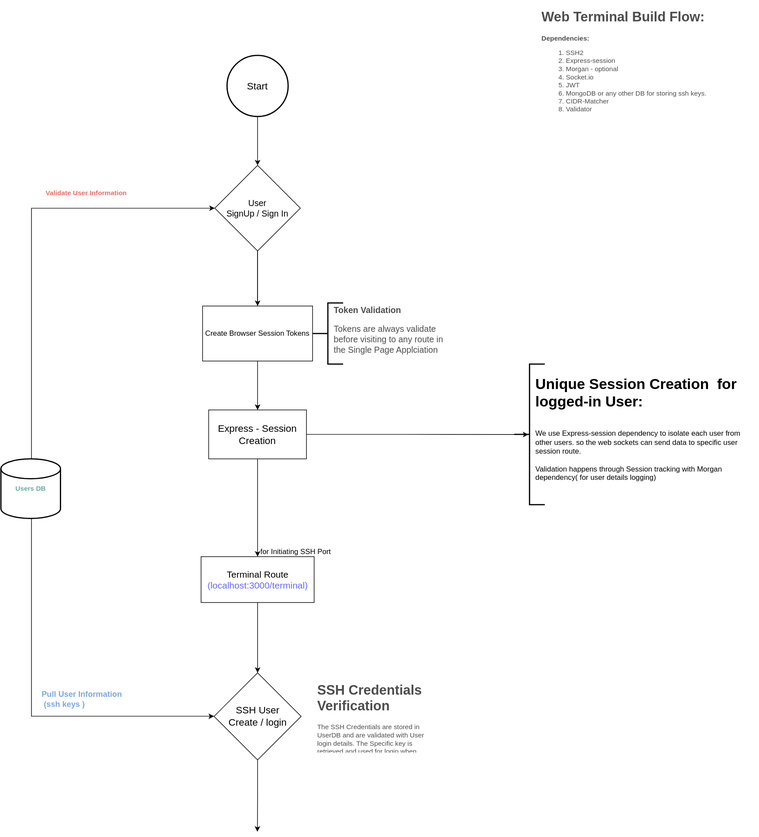
belanasaikiran/FlowCharts keeps this draw.io diagram as web_Terminal_Integration.drawio.svg. Above is the earlier version. Source tidied: cells renumbered, new cells last; positions are measured from the earlier drawing's top-left corner, leaving out a move shared by most shapes.
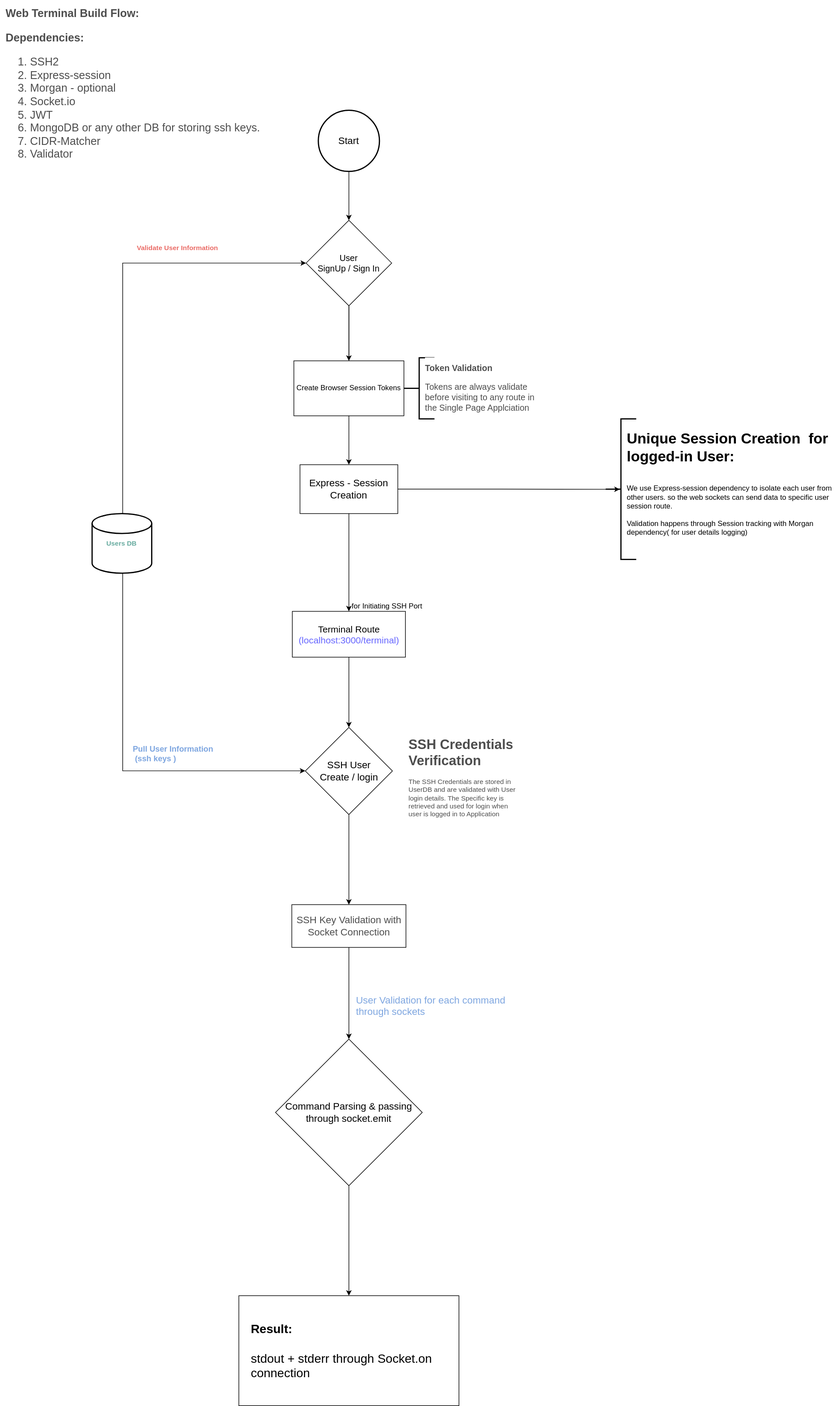
The same file after the commit.

The edit, as a diff of the source:
```diff
@@ -23,7 +23,7 @@
     <mxCell id="8" value="for Initiating&amp;nbsp;SSH Port&amp;nbsp;" style="text;strokeColor=none;fillColor=none;spacing=5;spacingTop=-5;overflow=hidden;rounded=0;rotation=0;whiteSpace=wrap;html=1;" parent="1" vertex="1">
       <mxGeometry x="420" y="880" width="140" height="20" as="geometry" />
     </mxCell>
-    <mxCell id="9" value="&lt;h1&gt;Unique Session Creation&amp;nbsp; for logged-in User:&lt;/h1&gt;&lt;div&gt;&lt;br&gt;&lt;/div&gt;&lt;div&gt;We use Express-session dependency to isolate each user from other users. so the web sockets can send data to specific user session route.&lt;/div&gt;&lt;div&gt;&lt;br&gt;&lt;/div&gt;&lt;div&gt;Validation happens through Session tracking with Morgan dependency( for user details logging)&lt;/div&gt;&lt;div&gt;&lt;br&gt;&lt;/div&gt;&lt;p&gt;&lt;br&gt;&lt;/p&gt;" style="text;html=1;strokeColor=none;fillColor=none;spacing=5;spacingTop=-20;whiteSpace=wrap;overflow=hidden;rounded=0;" parent="1" vertex="1">
+    <mxCell id="9" value="&lt;h1&gt;Unique Session Creation&amp;nbsp; for logged-in User:&lt;/h1&gt;&lt;div&gt;&lt;br&gt;&lt;/div&gt;&lt;div&gt;We use Express-session dependency to isolate each user from other users. so the web sockets can send data to specific user session route.&lt;/div&gt;&lt;div&gt;&lt;br&gt;&lt;/div&gt;&lt;div&gt;Validation happens through Session tracking with Morgan dependency( for user details logging)&lt;/div&gt;&lt;div&gt;&lt;br&gt;&lt;/div&gt;&lt;p&gt;&lt;br&gt;&lt;/p&gt;" style="text;html=1;strokeColor=none;fillColor=none;spacing=5;spacingTop=-20;whiteSpace=wrap;overflow=hidden;rounded=0;labelBackgroundColor=default;" parent="1" vertex="1">
       <mxGeometry x="870" y="597.5" width="350" height="225" as="geometry" />
     </mxCell>
     <mxCell id="10" style="edgeStyle=orthogonalEdgeStyle;rounded=0;jettySize=auto;html=1;entryX=0.5;entryY=0;entryDx=0;entryDy=0;" parent="1" edge="1" source="11" target="7">
@@ -38,11 +38,9 @@
     <mxCell id="13" value="Terminal Route&lt;br style=&quot;font-size: 15px;&quot;&gt;&lt;font color=&quot;#6666ff&quot; style=&quot;font-size: 15px;&quot;&gt;(localhost:3000/terminal)&lt;/font&gt;" style="rounded=0;whiteSpace=wrap;html=1;fontSize=15;" parent="1" vertex="1">
       <mxGeometry x="327.5" y="900" width="185" height="75" as="geometry" />
     </mxCell>
-    <mxCell id="14" style="edgeStyle=orthogonalEdgeStyle;rounded=0;jettySize=auto;html=1;exitX=0.5;exitY=1;exitDx=0;exitDy=0;fontSize=11;fontColor=#4D4D4D;" parent="1" edge="1" source="15">
-      <mxGeometry relative="1" as="geometry">
-        <mxPoint x="419.7" y="1350" as="targetPoint" />
-      </mxGeometry>
-    </mxCell>
+    <mxCell id="28" style="edgeStyle=orthogonalEdgeStyle;rounded=0;jettySize=auto;html=1;fontSize=16;fontColor=#4D4D4D;" parent="1" edge="1" source="15" target="30">
+      <mxGeometry relative="1" as="geometry" />
+    </mxCell>
     <mxCell id="15" value="&lt;font style=&quot;font-size: 16px;&quot;&gt;SSH User &lt;br style=&quot;font-size: 16px;&quot;&gt;Create / login&lt;/font&gt;" style="rhombus;whiteSpace=wrap;html=1;fontSize=16;rounded=0;" parent="1" vertex="1">
       <mxGeometry x="348.8" y="1090" width="142.5" height="142.5" as="geometry" />
     </mxCell>
@@ -82,14 +80,32 @@
     <mxCell id="24" style="strokeWidth=2;html=1;shape=mxgraph.flowchart.annotation_2;align=left;labelPosition=right;labelBackgroundColor=none;labelBorderColor=none;fontSize=9;fontColor=#7EA6E0;fillColor=default;" parent="1" vertex="1">
       <mxGeometry x="510" y="485" width="50" height="100" as="geometry" />
     </mxCell>
-    <mxCell id="25" value="&lt;h1 style=&quot;font-size: 14px;&quot;&gt;&lt;font style=&quot;font-size: 14px;&quot; color=&quot;#4d4d4d&quot;&gt;Token Validation&lt;/font&gt;&lt;/h1&gt;&lt;p style=&quot;font-size: 14px;&quot;&gt;&lt;font style=&quot;font-size: 14px;&quot; color=&quot;#4d4d4d&quot;&gt;Tokens are always validate before visiting to any route in the Single Page Applciation&lt;/font&gt;&lt;/p&gt;" style="text;html=1;strokeColor=none;fillColor=none;spacing=5;spacingTop=-20;whiteSpace=wrap;overflow=hidden;rounded=0;labelBackgroundColor=none;labelBorderColor=none;fontSize=9;fontColor=#7EA6E0;" parent="1" vertex="1">
-      <mxGeometry x="540" y="490" width="190" height="80" as="geometry" />
+    <mxCell id="25" value="&lt;h1 style=&quot;font-size: 14px;&quot;&gt;&lt;font style=&quot;font-size: 14px;&quot; color=&quot;#4d4d4d&quot;&gt;Token Validation&lt;/font&gt;&lt;/h1&gt;&lt;p style=&quot;font-size: 14px;&quot;&gt;&lt;font style=&quot;font-size: 14px;&quot; color=&quot;#4d4d4d&quot;&gt;Tokens are always validate before visiting to any route in the Single Page Applciation&lt;/font&gt;&lt;/p&gt;" style="text;html=1;strokeColor=none;fillColor=none;spacing=5;spacingTop=-20;whiteSpace=wrap;overflow=hidden;rounded=0;labelBackgroundColor=default;labelBorderColor=none;fontSize=9;fontColor=#7EA6E0;" parent="1" vertex="1">
+      <mxGeometry x="540" y="495" width="190" height="80" as="geometry" />
     </mxCell>
-    <mxCell id="26" value="&lt;h1&gt;SSH Credentials Verification&lt;/h1&gt;&lt;p&gt;The SSH Credentials are stored in UserDB and are validated with User login details. The Specific key is retrieved and used for login when user is logged in to Application&lt;/p&gt;" style="text;html=1;strokeColor=none;fillColor=none;spacing=5;spacingTop=-20;whiteSpace=wrap;overflow=hidden;rounded=0;labelBackgroundColor=none;labelBorderColor=none;fontSize=11;fontColor=#4D4D4D;" parent="1" vertex="1">
-      <mxGeometry x="512.5" y="1101.2" width="190" height="120" as="geometry" />
+    <mxCell id="26" value="&lt;h1&gt;SSH Credentials Verification&lt;/h1&gt;&lt;p&gt;The SSH Credentials are stored in UserDB and are validated with User login details. The Specific key is retrieved and used for login when user is logged in to Application&lt;/p&gt;" style="text;html=1;strokeColor=none;fillColor=none;spacing=5;spacingTop=-20;whiteSpace=wrap;overflow=hidden;rounded=0;labelBackgroundColor=default;labelBorderColor=none;fontSize=11;fontColor=#4D4D4D;" parent="1" vertex="1">
+      <mxGeometry x="512.5" y="1101.2" width="190" height="158.8" as="geometry" />
     </mxCell>
-    <mxCell id="27" value="&lt;h1&gt;Web Terminal Build Flow:&amp;nbsp; &amp;nbsp; &amp;nbsp; &amp;nbsp; &amp;nbsp; &amp;nbsp; &amp;nbsp;&lt;/h1&gt;&lt;p&gt;&lt;b&gt;Dependencies:&lt;/b&gt;&lt;/p&gt;&lt;p&gt;&lt;/p&gt;&lt;ol&gt;&lt;li&gt;SSH2&lt;/li&gt;&lt;li&gt;Express-session&lt;/li&gt;&lt;li&gt;Morgan - optional&lt;/li&gt;&lt;li&gt;Socket.io&lt;/li&gt;&lt;li&gt;JWT&lt;/li&gt;&lt;li&gt;MongoDB or any other DB for storing ssh keys.&lt;/li&gt;&lt;li&gt;CIDR-Matcher&lt;/li&gt;&lt;li&gt;Validator&lt;/li&gt;&lt;/ol&gt;&lt;p&gt;&lt;/p&gt;" style="text;html=1;strokeColor=none;fillColor=none;spacing=5;spacingTop=-20;whiteSpace=wrap;overflow=hidden;rounded=0;labelBackgroundColor=default;labelBorderColor=none;fontSize=11;fontColor=#4D4D4D;" parent="1" vertex="1">
-      <mxGeometry x="880" width="360" height="200" as="geometry" />
+    <mxCell id="27" value="&lt;h1 style=&quot;font-size: 18px;&quot;&gt;Web Terminal Build Flow:&amp;nbsp; &amp;nbsp; &amp;nbsp; &amp;nbsp; &amp;nbsp; &amp;nbsp; &amp;nbsp;&lt;/h1&gt;&lt;p style=&quot;font-size: 18px;&quot;&gt;&lt;b style=&quot;font-size: 18px;&quot;&gt;Dependencies:&lt;/b&gt;&lt;/p&gt;&lt;p style=&quot;font-size: 18px;&quot;&gt;&lt;/p&gt;&lt;ol style=&quot;font-size: 18px;&quot;&gt;&lt;li style=&quot;font-size: 18px;&quot;&gt;SSH2&lt;/li&gt;&lt;li style=&quot;font-size: 18px;&quot;&gt;Express-session&lt;/li&gt;&lt;li style=&quot;font-size: 18px;&quot;&gt;Morgan - optional&lt;/li&gt;&lt;li style=&quot;font-size: 18px;&quot;&gt;Socket.io&lt;/li&gt;&lt;li style=&quot;font-size: 18px;&quot;&gt;JWT&lt;/li&gt;&lt;li style=&quot;font-size: 18px;&quot;&gt;MongoDB or any other DB for storing ssh keys.&lt;/li&gt;&lt;li style=&quot;font-size: 18px;&quot;&gt;CIDR-Matcher&lt;/li&gt;&lt;li style=&quot;font-size: 18px;&quot;&gt;Validator&lt;/li&gt;&lt;/ol&gt;&lt;p style=&quot;font-size: 18px;&quot;&gt;&lt;/p&gt;" style="text;html=1;strokeColor=none;fillColor=none;spacing=5;spacingTop=-20;whiteSpace=wrap;overflow=hidden;rounded=0;labelBackgroundColor=default;labelBorderColor=none;fontSize=18;fontColor=#4D4D4D;spacingLeft=4;" parent="1" vertex="1">
+      <mxGeometry x="-150" y="-90" width="486" height="270" as="geometry" />
     </mxCell>
+    <mxCell id="29" style="edgeStyle=orthogonalEdgeStyle;rounded=0;jettySize=auto;html=1;fontSize=16;fontColor=#4D4D4D;" parent="1" edge="1" source="30" target="32">
+      <mxGeometry relative="1" as="geometry" />
+    </mxCell>
+    <mxCell id="30" value="&lt;span style=&quot;color: rgb(77, 77, 77);&quot;&gt;SSH Key Validation with Socket Connection&lt;/span&gt;" style="whiteSpace=wrap;html=1;fontSize=16;rounded=0;" parent="1" vertex="1">
+      <mxGeometry x="326.7" y="1380" width="186.7" height="70" as="geometry" />
+    </mxCell>
+    <mxCell id="31" style="edgeStyle=orthogonalEdgeStyle;rounded=0;jettySize=auto;html=1;fontSize=16;fontColor=#7EA6E0;" parent="1" edge="1" source="32" target="34">
+      <mxGeometry relative="1" as="geometry" />
+    </mxCell>
+    <mxCell id="32" value="Command Parsing &amp;amp; passing through socket.emit" style="rhombus;whiteSpace=wrap;html=1;fontSize=16;rounded=0;" parent="1" vertex="1">
+      <mxGeometry x="300" y="1600" width="240" height="240" as="geometry" />
+    </mxCell>
+    <mxCell id="33" value="&lt;span style=&quot;font-family: Helvetica; font-size: 16px; font-style: normal; font-variant-ligatures: normal; font-variant-caps: normal; font-weight: 400; letter-spacing: normal; orphans: 2; text-align: center; text-indent: 0px; text-transform: none; widows: 2; word-spacing: 0px; -webkit-text-stroke-width: 0px; text-decoration-thickness: initial; text-decoration-style: initial; text-decoration-color: initial; float: none; display: inline !important;&quot;&gt;User Validation for each command through sockets&lt;/span&gt;" style="text;whiteSpace=wrap;html=1;fontSize=16;fontColor=#7EA6E0;labelBackgroundColor=default;labelBorderColor=none;" parent="1" vertex="1">
+      <mxGeometry x="430" y="1520" width="300" height="40" as="geometry" />
+    </mxCell>
+    <mxCell id="34" value="&lt;b&gt;Result:&lt;br&gt;&lt;/b&gt;&lt;br style=&quot;font-size: 20px;&quot;&gt;stdout + stderr through Socket.on connection" style="whiteSpace=wrap;html=1;fontSize=20;rounded=0;align=left;spacing=20;" parent="1" vertex="1">
+      <mxGeometry x="240" y="2020" width="360" height="180" as="geometry" />
+    </mxCell>
   </root>
 </mxGraphModel>
```
